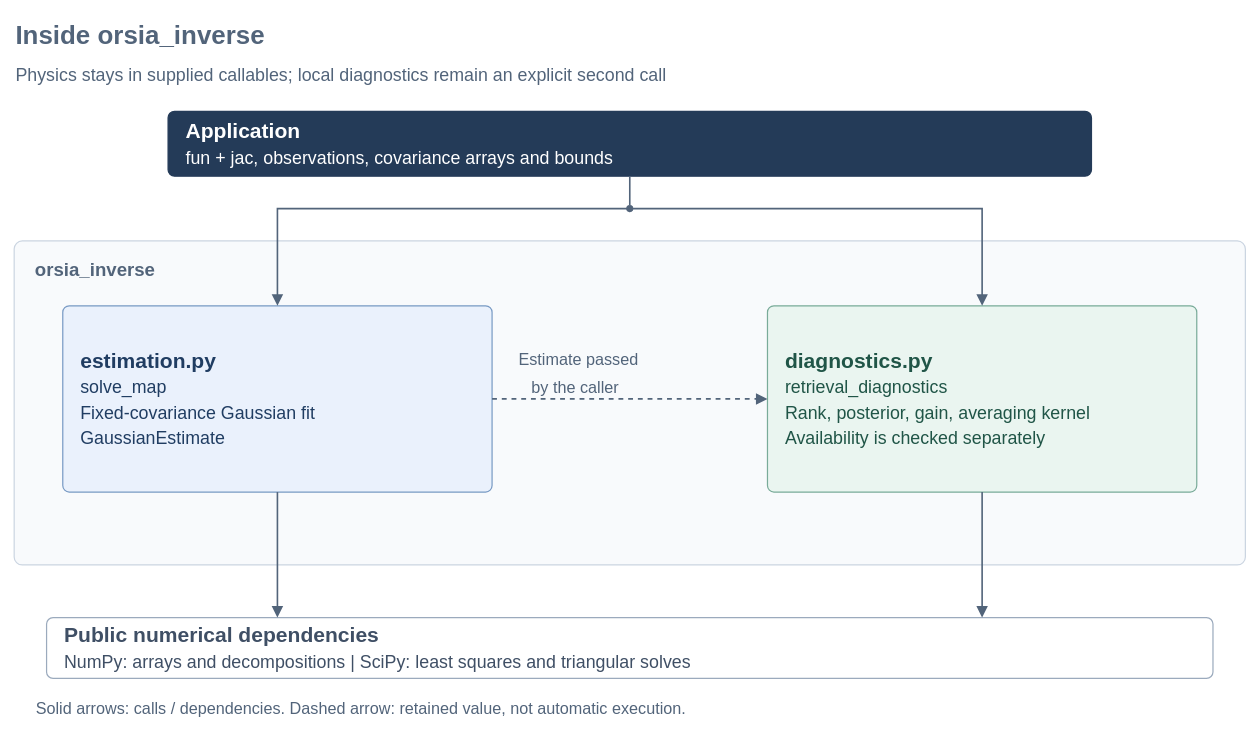
Above: libs/orsia-inverse/docs/diagrams/architecture.drawio in scklab-dev/orsia (draw.io), before the change. Source tidied: cells renumbered, new cells numbered last; positions are measured from the earlier drawing's top-left corner, leaving out a move shared by most shapes. Both pictures are drawn from the tidied source at 81%, with x=0, y=0 at pixel (14, 14).
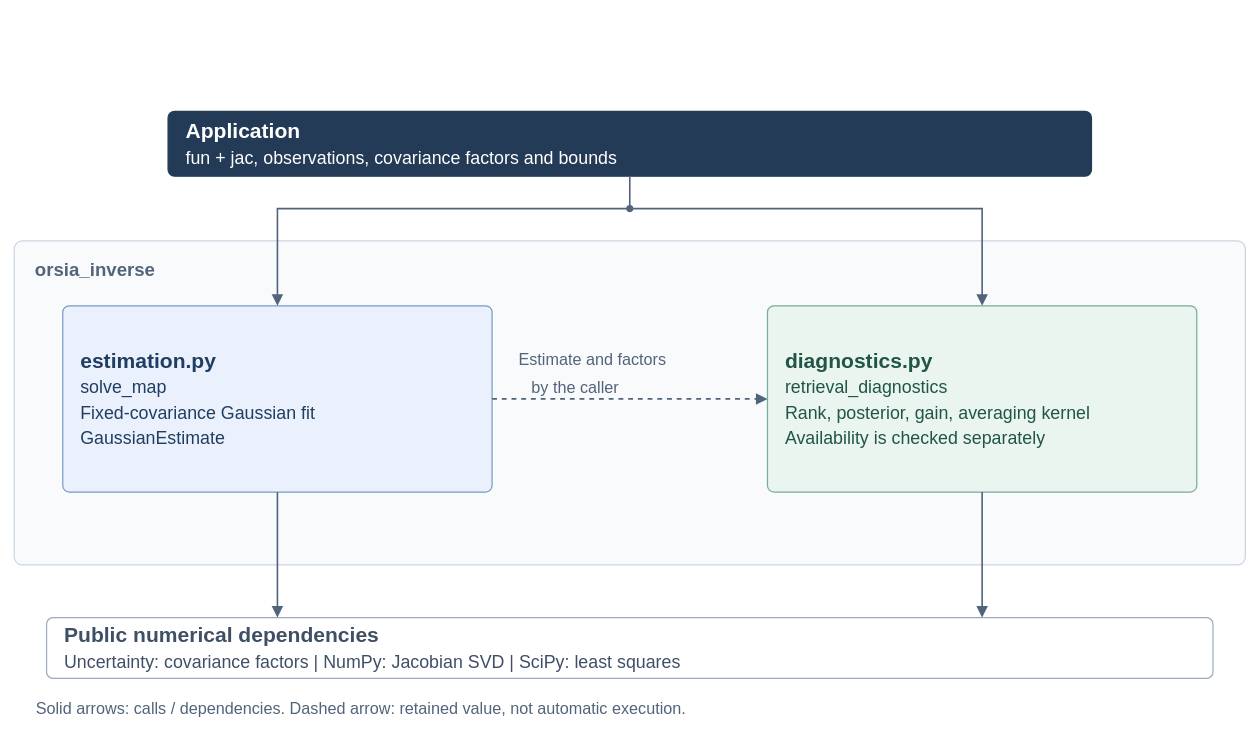
The same diagram, later.

Diff of the diagram source:
```diff
@@
-    <mxCell id="2" value="Inside orsia_inverse" style="text;html=0;align=left;verticalAlign=middle;fontFamily=Helvetica;fontSize=32;fontStyle=1;fontColor=#52647A;fillColor=none;strokeColor=none;" parent="1" vertex="1">
-      <mxGeometry width="1500" height="45" as="geometry" />
-    </mxCell>
-    <mxCell id="3" value="Physics stays in supplied callables; local diagnostics remain an explicit second call" style="text;html=0;align=left;verticalAlign=middle;fontFamily=Helvetica;fontSize=22;fontStyle=0;fontColor=#52647A;fillColor=none;strokeColor=none;" parent="1" vertex="1">
-      <mxGeometry y="55" width="1500" height="35" as="geometry" />
-    </mxCell>
-    <mxCell id="4" value="&lt;b&gt;Application&lt;/b&gt;&lt;br&gt;&lt;span style=&quot;font-size:22px&quot;&gt;fun + jac, observations, covariance arrays and bounds&lt;/span&gt;" style="rounded=1;absoluteArcSize=1;arcSize=16;whiteSpace=wrap;html=1;align=left;verticalAlign=middle;spacing=22;fontFamily=Helvetica;fontSize=26;fontColor=#FFFFFF;fillColor=#243B58;strokeColor=#243B58;strokeWidth=1.5;" parent="1" vertex="1">
+    <mxCell id="4" value="&lt;b&gt;Application&lt;/b&gt;&lt;br&gt;&lt;span style=&quot;font-size:22px&quot;&gt;fun + jac, observations, covariance factors and bounds&lt;/span&gt;" style="rounded=1;absoluteArcSize=1;arcSize=16;whiteSpace=wrap;html=1;align=left;verticalAlign=middle;spacing=22;fontFamily=Helvetica;fontSize=26;fontColor=#FFFFFF;fillColor=#243B58;strokeColor=#243B58;strokeWidth=1.5;" parent="1" vertex="1">
       <mxGeometry x="190" y="120" width="1140" height="80" as="geometry" />
     </mxCell>
@@
-    <mxCell id="13" value="Estimate passed" style="text;html=0;align=left;verticalAlign=middle;fontFamily=Helvetica;fontSize=20;fontStyle=0;fontColor=#52647A;fillColor=none;strokeColor=none;" parent="1" vertex="1">
+    <mxCell id="13" value="Estimate and factors" style="text;html=0;align=left;verticalAlign=middle;fontFamily=Helvetica;fontSize=20;fontStyle=0;fontColor=#52647A;fillColor=none;strokeColor=none;" parent="1" vertex="1">
       <mxGeometry x="621" y="409" width="270" height="30" as="geometry" />
     </mxCell>
@@
-    <mxCell id="15" value="&lt;b&gt;Public numerical dependencies&lt;/b&gt;&lt;br&gt;&lt;span style=&quot;font-size:22px&quot;&gt;NumPy: arrays and decompositions   |   SciPy: least squares and triangular solves&lt;/span&gt;" style="rounded=1;absoluteArcSize=1;arcSize=16;whiteSpace=wrap;html=1;align=left;verticalAlign=middle;spacing=22;fontFamily=Helvetica;fontSize=26;fontColor=#3F4F65;fillColor=#FFFFFF;strokeColor=#9BAABD;strokeWidth=1.5;" parent="1" vertex="1">
+    <mxCell id="15" value="&lt;b&gt;Public numerical dependencies&lt;/b&gt;&lt;br&gt;&lt;span style=&quot;font-size:22px&quot;&gt;Uncertainty: covariance factors | NumPy: Jacobian SVD | SciPy: least squares&lt;/span&gt;" style="rounded=1;absoluteArcSize=1;arcSize=16;whiteSpace=wrap;html=1;align=left;verticalAlign=middle;spacing=22;fontFamily=Helvetica;fontSize=26;fontColor=#3F4F65;fillColor=#FFFFFF;strokeColor=#9BAABD;strokeWidth=1.5;" parent="1" vertex="1">
       <mxGeometry x="40" y="745" width="1440" height="75" as="geometry" />
     </mxCell>
```
